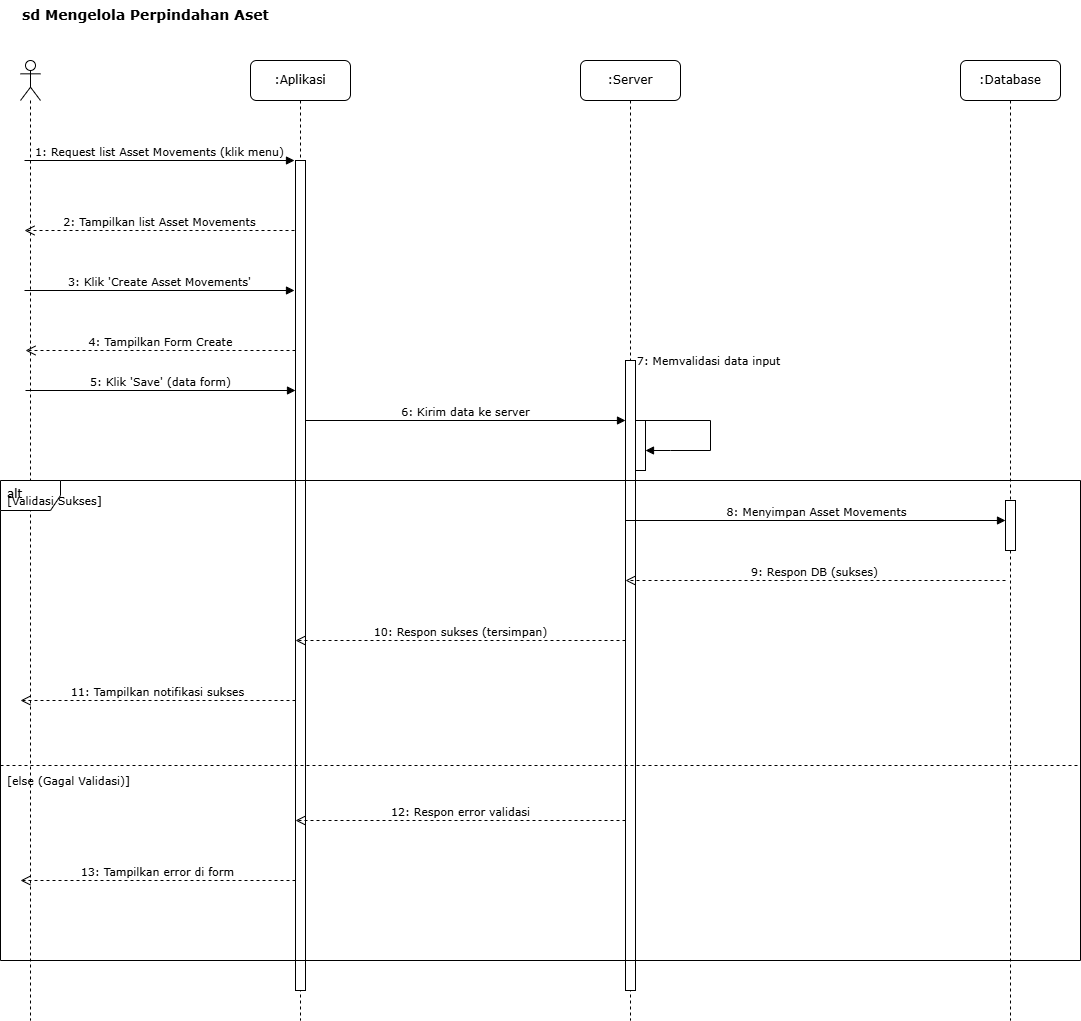
Earlier version of the draw.io export Diagram/sequence-diagram-skripsi-mengelola-perpindahan-aset.drawio.png (Rizz404/SKRIPSI_V2). Source tidied: cells renumbered, new cells last; positions are measured from the earlier drawing's top-left corner, leaving out a move shared by most shapes.
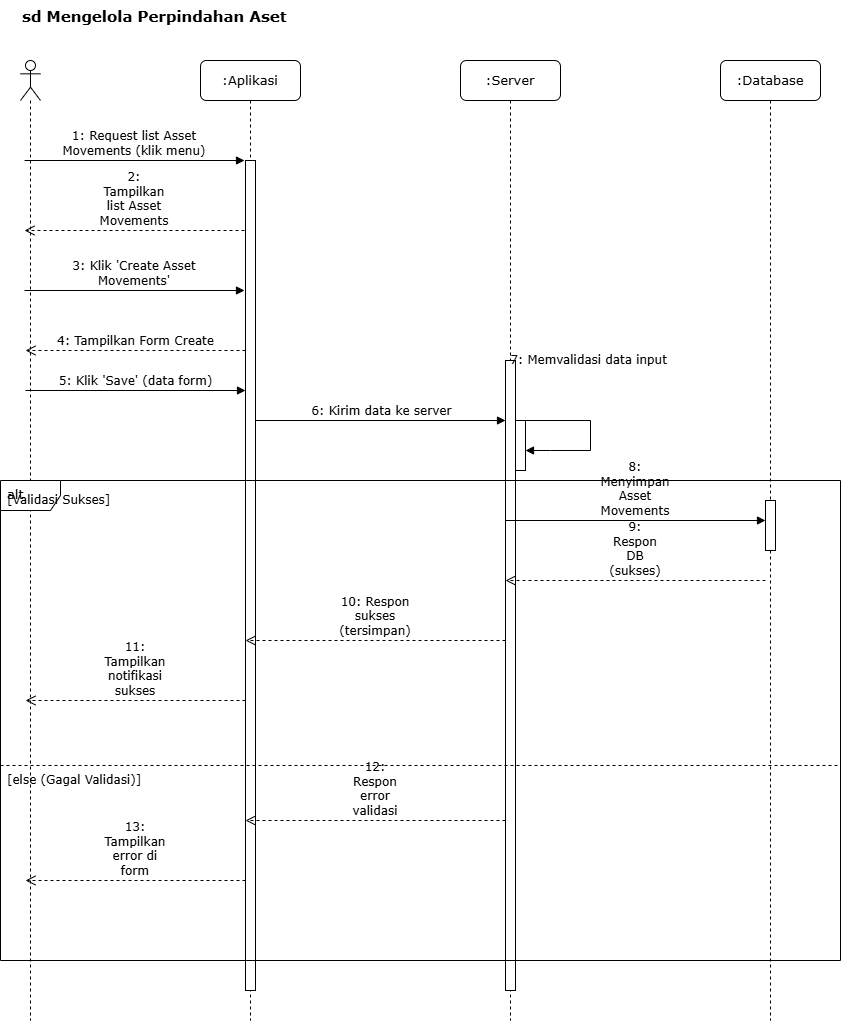
Above is the later version.

Change to the diagram source:
```diff
@@ -2,125 +2,125 @@
   <root>
     <mxCell id="0" />
     <mxCell id="1" parent="0" />
-    <mxCell id="2" value="sd Mengelola Perpindahan Aset" style="text;html=1;strokeColor=none;fillColor=none;align=left;verticalAlign=top;whiteSpace=wrap;rounded=0;fontFamily=Verdana;fontSize=14;fontStyle=1;" parent="1" vertex="1">
-      <mxGeometry x="20" width="320" height="30" as="geometry" />
+    <mxCell id="2" value="sd Mengelola Perpindahan Aset" style="text;html=1;strokeColor=none;fillColor=none;align=left;verticalAlign=top;whiteSpace=wrap;rounded=0;fontFamily=Verdana;fontSize=15;fontStyle=1;" parent="1" vertex="1">
+      <mxGeometry x="-60" width="320" height="30" as="geometry" />
     </mxCell>
     <mxCell id="3" style="shape=umlLifeline;perimeter=lifelinePerimeter;whiteSpace=wrap;html=1;newEdgeStyle={&quot;curved&quot;:0,&quot;rounded&quot;:0};participant=umlActor;" parent="1" vertex="1">
-      <mxGeometry x="20" y="60" width="20" height="960" as="geometry" />
+      <mxGeometry x="-60" y="60" width="20" height="960" as="geometry" />
     </mxCell>
-    <mxCell id="4" value=":Aplikasi" style="shape=umlLifeline;perimeter=lifelinePerimeter;whiteSpace=wrap;html=1;rounded=1;shadow=0;comic=0;labelBackgroundColor=none;strokeWidth=1;fontFamily=Verdana;fontSize=12;align=center;" parent="1" vertex="1">
-      <mxGeometry x="250" y="60" width="100" height="960" as="geometry" />
+    <mxCell id="4" value=":Aplikasi" style="shape=umlLifeline;perimeter=lifelinePerimeter;whiteSpace=wrap;html=1;rounded=1;shadow=0;comic=0;labelBackgroundColor=none;strokeWidth=1;fontFamily=Verdana;fontSize=13;align=center;" parent="1" vertex="1">
+      <mxGeometry x="120" y="60" width="100" height="960" as="geometry" />
     </mxCell>
-    <mxCell id="5" value=":Server" style="shape=umlLifeline;perimeter=lifelinePerimeter;whiteSpace=wrap;html=1;rounded=1;shadow=0;comic=0;labelBackgroundColor=none;strokeWidth=1;fontFamily=Verdana;fontSize=12;align=center;" parent="1" vertex="1">
-      <mxGeometry x="580" y="60" width="100" height="960" as="geometry" />
+    <mxCell id="5" value=":Server" style="shape=umlLifeline;perimeter=lifelinePerimeter;whiteSpace=wrap;html=1;rounded=1;shadow=0;comic=0;labelBackgroundColor=none;strokeWidth=1;fontFamily=Verdana;fontSize=13;align=center;" parent="1" vertex="1">
+      <mxGeometry x="380" y="60" width="100" height="960" as="geometry" />
     </mxCell>
-    <mxCell id="6" value=":Database" style="shape=umlLifeline;perimeter=lifelinePerimeter;whiteSpace=wrap;html=1;rounded=1;shadow=0;comic=0;labelBackgroundColor=none;strokeWidth=1;fontFamily=Verdana;fontSize=12;align=center;" parent="1" vertex="1">
-      <mxGeometry x="960" y="60" width="100" height="960" as="geometry" />
+    <mxCell id="6" value=":Database" style="shape=umlLifeline;perimeter=lifelinePerimeter;whiteSpace=wrap;html=1;rounded=1;shadow=0;comic=0;labelBackgroundColor=none;strokeWidth=1;fontFamily=Verdana;fontSize=13;align=center;" parent="1" vertex="1">
+      <mxGeometry x="640" y="60" width="100" height="960" as="geometry" />
     </mxCell>
     <mxCell id="7" style="html=1;points=[];perimeter=orthogonalPerimeter;fillColor=#ffffff;strokeColor=#000000;strokeWidth=1;" parent="1" vertex="1">
-      <mxGeometry x="295" y="160" width="10" height="830" as="geometry" />
+      <mxGeometry x="165" y="160" width="10" height="830" as="geometry" />
     </mxCell>
     <mxCell id="8" style="html=1;perimeter=orthogonalPerimeter;fillColor=#ffffff;strokeColor=#000000;strokeWidth=1;" parent="1" vertex="1">
-      <mxGeometry x="625" y="360" width="10" height="630" as="geometry" />
+      <mxGeometry x="425" y="360" width="10" height="630" as="geometry" />
     </mxCell>
     <mxCell id="9" style="html=1;perimeter=orthogonalPerimeter;fillColor=#ffffff;strokeColor=#000000;strokeWidth=1;" parent="1" vertex="1">
-      <mxGeometry x="1005" y="500" width="10" height="50" as="geometry" />
+      <mxGeometry x="685" y="500" width="10" height="50" as="geometry" />
     </mxCell>
-    <mxCell id="10" value="1: Request list Asset Movements (klik menu)" style="html=1;verticalAlign=bottom;labelBackgroundColor=none;endArrow=block;rounded=0;fontFamily=Verdana;fontSize=11;" parent="1" edge="1">
+    <mxCell id="10" value="1: Request list Asset Movements (klik menu)" style="html=1;verticalAlign=bottom;labelBackgroundColor=none;endArrow=block;rounded=0;fontFamily=Verdana;fontSize=12;whiteSpace=wrap;" parent="1" edge="1">
       <mxGeometry relative="1" as="geometry">
-        <mxPoint x="24" y="160" as="sourcePoint" />
-        <mxPoint x="294" y="160" as="targetPoint" />
+        <mxPoint x="-56" y="160" as="sourcePoint" />
+        <mxPoint x="164" y="160" as="targetPoint" />
       </mxGeometry>
     </mxCell>
-    <mxCell id="11" value="2: Tampilkan list Asset Movements" style="html=1;verticalAlign=bottom;endArrow=open;dashed=1;endSize=8;labelBackgroundColor=none;fontFamily=Verdana;fontSize=11;" parent="1" edge="1">
+    <mxCell id="11" value="2: Tampilkan list Asset Movements" style="html=1;verticalAlign=bottom;endArrow=open;dashed=1;endSize=8;labelBackgroundColor=none;fontFamily=Verdana;fontSize=12;whiteSpace=wrap;" parent="1" edge="1">
       <mxGeometry relative="1" as="geometry">
-        <mxPoint x="294" y="230" as="sourcePoint" />
-        <mxPoint x="24" y="230" as="targetPoint" />
+        <mxPoint x="164" y="230" as="sourcePoint" />
+        <mxPoint x="-56" y="230" as="targetPoint" />
       </mxGeometry>
     </mxCell>
-    <mxCell id="12" value="3: Klik 'Create Asset Movements'" style="html=1;verticalAlign=bottom;labelBackgroundColor=none;endArrow=block;rounded=0;fontFamily=Verdana;fontSize=11;" parent="1" edge="1">
+    <mxCell id="12" value="3: Klik 'Create Asset Movements'" style="html=1;verticalAlign=bottom;labelBackgroundColor=none;endArrow=block;rounded=0;fontFamily=Verdana;fontSize=12;whiteSpace=wrap;" parent="1" edge="1">
       <mxGeometry relative="1" as="geometry">
-        <mxPoint x="24" y="290" as="sourcePoint" />
-        <mxPoint x="294" y="290" as="targetPoint" />
+        <mxPoint x="-56" y="290" as="sourcePoint" />
+        <mxPoint x="164" y="290" as="targetPoint" />
       </mxGeometry>
     </mxCell>
-    <mxCell id="13" value="4: Tampilkan Form Create" style="html=1;verticalAlign=bottom;endArrow=open;dashed=1;endSize=8;labelBackgroundColor=none;fontFamily=Verdana;fontSize=11;" parent="1" edge="1">
+    <mxCell id="13" value="4: Tampilkan Form Create" style="html=1;verticalAlign=bottom;endArrow=open;dashed=1;endSize=8;labelBackgroundColor=none;fontFamily=Verdana;fontSize=12;" parent="1" edge="1">
       <mxGeometry relative="1" as="geometry">
-        <mxPoint x="295" y="350" as="sourcePoint" />
-        <mxPoint x="25" y="350" as="targetPoint" />
+        <mxPoint x="165" y="350" as="sourcePoint" />
+        <mxPoint x="-55" y="350" as="targetPoint" />
       </mxGeometry>
     </mxCell>
-    <mxCell id="14" value="5: Klik 'Save' (data form)" style="html=1;verticalAlign=bottom;labelBackgroundColor=none;endArrow=block;rounded=0;fontFamily=Verdana;fontSize=11;" parent="1" edge="1">
+    <mxCell id="14" value="5: Klik 'Save' (data form)" style="html=1;verticalAlign=bottom;labelBackgroundColor=none;endArrow=block;rounded=0;fontFamily=Verdana;fontSize=12;" parent="1" edge="1">
       <mxGeometry relative="1" as="geometry">
-        <mxPoint x="25" y="390" as="sourcePoint" />
-        <mxPoint x="295" y="390" as="targetPoint" />
+        <mxPoint x="-55" y="390" as="sourcePoint" />
+        <mxPoint x="165" y="390" as="targetPoint" />
       </mxGeometry>
     </mxCell>
-    <mxCell id="15" value="6: Kirim data ke server" style="html=1;verticalAlign=bottom;endArrow=block;labelBackgroundColor=none;fontFamily=Verdana;fontSize=11;" parent="1" edge="1" source="7">
+    <mxCell id="15" value="6: Kirim data ke server" style="html=1;verticalAlign=bottom;endArrow=block;labelBackgroundColor=none;fontFamily=Verdana;fontSize=12;" parent="1" edge="1" source="7">
       <mxGeometry relative="1" as="geometry">
-        <mxPoint x="625" y="420" as="targetPoint" />
+        <mxPoint x="425" y="420" as="targetPoint" />
       </mxGeometry>
     </mxCell>
     <mxCell id="16" style="html=1;points=[];perimeter=orthogonalPerimeter;fillColor=#ffffff;strokeColor=#000000;strokeWidth=1;" parent="1" vertex="1">
-      <mxGeometry x="635" y="420" width="10" height="50" as="geometry" />
+      <mxGeometry x="435" y="420" width="10" height="50" as="geometry" />
     </mxCell>
-    <mxCell id="17" value="7: Memvalidasi data input" style="html=1;verticalAlign=bottom;endArrow=block;curved=0;labelBackgroundColor=none;fontFamily=Verdana;fontSize=11;rounded=0;" parent="1" edge="1" target="16">
+    <mxCell id="17" value="7: Memvalidasi data input" style="html=1;verticalAlign=bottom;endArrow=block;curved=0;labelBackgroundColor=none;fontFamily=Verdana;fontSize=12;rounded=0;" parent="1" edge="1" target="16">
       <mxGeometry x="-0.13" y="41" relative="1" as="geometry">
-        <mxPoint x="635" y="420" as="sourcePoint" />
+        <mxPoint x="435" y="420" as="sourcePoint" />
         <Array as="points">
-          <mxPoint x="710" y="420" />
-          <mxPoint x="710" y="450" />
-          <mxPoint x="670" y="450" />
+          <mxPoint x="510" y="420" />
+          <mxPoint x="510" y="450" />
+          <mxPoint x="470" y="450" />
         </Array>
         <mxPoint x="-1" y="-10" as="offset" />
       </mxGeometry>
     </mxCell>
-    <mxCell id="18" value="alt" style="shape=umlFrame;whiteSpace=wrap;html=1;verticalAlign=top;align=left;spacingLeft=5;fontFamily=Verdana;fontSize=12;" parent="1" vertex="1">
-      <mxGeometry y="480" width="1080" height="480" as="geometry" />
+    <mxCell id="18" value="alt" style="shape=umlFrame;whiteSpace=wrap;html=1;verticalAlign=top;align=left;spacingLeft=5;fontFamily=Verdana;fontSize=13;" parent="1" vertex="1">
+      <mxGeometry x="-80" y="480" width="840" height="480" as="geometry" />
     </mxCell>
-    <mxCell id="19" value="[Validasi Sukses]" style="text;html=1;align=left;verticalAlign=middle;strokeColor=none;fillColor=none;fontFamily=Verdana;fontSize=11;" parent="18" vertex="1">
-      <mxGeometry x="5" y="5" width="110" height="30" as="geometry" />
+    <mxCell id="19" value="[Validasi Sukses]" style="text;html=1;align=left;verticalAlign=middle;strokeColor=none;fillColor=none;fontFamily=Verdana;fontSize=12;" parent="18" vertex="1">
+      <mxGeometry x="5" y="5" width="120" height="30" as="geometry" />
     </mxCell>
-    <mxCell id="20" value="8: Menyimpan Asset Movements" style="html=1;verticalAlign=bottom;endArrow=block;labelBackgroundColor=none;fontFamily=Verdana;fontSize=11;" parent="18" edge="1">
+    <mxCell id="20" value="8: Menyimpan Asset Movements" style="html=1;verticalAlign=bottom;endArrow=block;labelBackgroundColor=none;fontFamily=Verdana;fontSize=12;whiteSpace=wrap;" parent="18" edge="1">
       <mxGeometry relative="1" as="geometry">
-        <mxPoint x="625" y="40" as="sourcePoint" />
-        <mxPoint x="1005" y="40" as="targetPoint" />
+        <mxPoint x="505" y="40" as="sourcePoint" />
+        <mxPoint x="765" y="40" as="targetPoint" />
       </mxGeometry>
     </mxCell>
-    <mxCell id="21" value="9: Respon DB (sukses)" style="html=1;verticalAlign=bottom;endArrow=open;dashed=1;endSize=8;labelBackgroundColor=none;fontFamily=Verdana;fontSize=11;" parent="18" edge="1">
+    <mxCell id="21" value="9: Respon DB (sukses)" style="html=1;verticalAlign=bottom;endArrow=open;dashed=1;endSize=8;labelBackgroundColor=none;fontFamily=Verdana;fontSize=12;whiteSpace=wrap;" parent="18" edge="1">
       <mxGeometry relative="1" as="geometry">
-        <mxPoint x="1005" y="100" as="sourcePoint" />
-        <mxPoint x="625" y="100" as="targetPoint" />
+        <mxPoint x="765" y="100" as="sourcePoint" />
+        <mxPoint x="505" y="100" as="targetPoint" />
       </mxGeometry>
     </mxCell>
-    <mxCell id="22" value="10: Respon sukses (tersimpan)" style="html=1;verticalAlign=bottom;endArrow=open;dashed=1;endSize=8;labelBackgroundColor=none;fontFamily=Verdana;fontSize=11;" parent="18" edge="1">
+    <mxCell id="22" value="10: Respon sukses (tersimpan)" style="html=1;verticalAlign=bottom;endArrow=open;dashed=1;endSize=8;labelBackgroundColor=none;fontFamily=Verdana;fontSize=12;whiteSpace=wrap;" parent="18" edge="1">
       <mxGeometry relative="1" as="geometry">
-        <mxPoint x="625" y="160" as="sourcePoint" />
-        <mxPoint x="295" y="160" as="targetPoint" />
+        <mxPoint x="505" y="160" as="sourcePoint" />
+        <mxPoint x="245" y="160" as="targetPoint" />
       </mxGeometry>
     </mxCell>
-    <mxCell id="23" value="11: Tampilkan notifikasi sukses" style="html=1;verticalAlign=bottom;endArrow=open;dashed=1;endSize=8;labelBackgroundColor=none;fontFamily=Verdana;fontSize=11;" parent="18" edge="1">
+    <mxCell id="23" value="11: Tampilkan notifikasi sukses" style="html=1;verticalAlign=bottom;endArrow=open;dashed=1;endSize=8;labelBackgroundColor=none;fontFamily=Verdana;fontSize=12;whiteSpace=wrap;" parent="18" edge="1">
       <mxGeometry relative="1" as="geometry">
-        <mxPoint x="295" y="220" as="sourcePoint" />
-        <mxPoint x="20" y="220" as="targetPoint" />
+        <mxPoint x="245" y="220" as="sourcePoint" />
+        <mxPoint x="25" y="220" as="targetPoint" />
       </mxGeometry>
     </mxCell>
     <mxCell id="24" style="line;html=1;strokeWidth=1;dashed=1;align=center;verticalAlign=middle;" parent="18" vertex="1">
-      <mxGeometry y="280" width="1080" height="10" as="geometry" />
+      <mxGeometry y="280" width="840" height="10" as="geometry" />
     </mxCell>
-    <mxCell id="25" value="[else (Gagal Validasi)]" style="text;html=1;align=left;verticalAlign=middle;strokeColor=none;fillColor=none;fontFamily=Verdana;fontSize=11;" parent="18" vertex="1">
-      <mxGeometry x="5" y="285" width="140" height="30" as="geometry" />
+    <mxCell id="25" value="[else (Gagal Validasi)]" style="text;html=1;align=left;verticalAlign=middle;strokeColor=none;fillColor=none;fontFamily=Verdana;fontSize=12;" parent="18" vertex="1">
+      <mxGeometry x="5" y="285" width="150" height="30" as="geometry" />
     </mxCell>
-    <mxCell id="26" value="12: Respon error validasi" style="html=1;verticalAlign=bottom;endArrow=open;dashed=1;endSize=8;labelBackgroundColor=none;fontFamily=Verdana;fontSize=11;" parent="18" edge="1">
+    <mxCell id="26" value="12: Respon error validasi" style="html=1;verticalAlign=bottom;endArrow=open;dashed=1;endSize=8;labelBackgroundColor=none;fontFamily=Verdana;fontSize=12;whiteSpace=wrap;" parent="18" edge="1">
       <mxGeometry relative="1" as="geometry">
-        <mxPoint x="625" y="340" as="sourcePoint" />
-        <mxPoint x="295" y="340" as="targetPoint" />
+        <mxPoint x="505" y="340" as="sourcePoint" />
+        <mxPoint x="245" y="340" as="targetPoint" />
       </mxGeometry>
     </mxCell>
-    <mxCell id="27" value="13: Tampilkan error di form" style="html=1;verticalAlign=bottom;endArrow=open;dashed=1;endSize=8;labelBackgroundColor=none;fontFamily=Verdana;fontSize=11;" parent="18" edge="1">
+    <mxCell id="27" value="13: Tampilkan error di form" style="html=1;verticalAlign=bottom;endArrow=open;dashed=1;endSize=8;labelBackgroundColor=none;fontFamily=Verdana;fontSize=12;whiteSpace=wrap;" parent="18" edge="1">
       <mxGeometry relative="1" as="geometry">
-        <mxPoint x="295" y="400" as="sourcePoint" />
-        <mxPoint x="20" y="400" as="targetPoint" />
+        <mxPoint x="245" y="400" as="sourcePoint" />
+        <mxPoint x="25" y="400" as="targetPoint" />
       </mxGeometry>
     </mxCell>
   </root>
```
